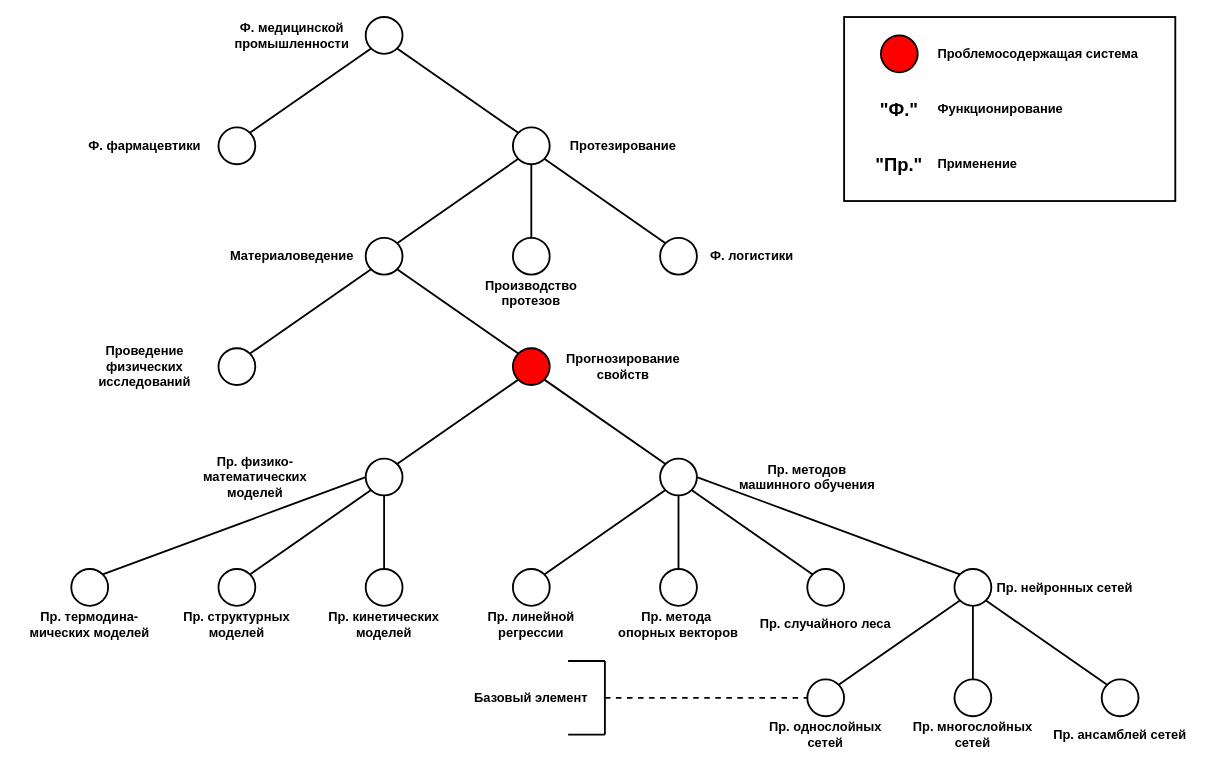
The draw.io diagram page "3: 4 (Структура системы)" (4 of 4) of СА, практические работы/СА, п.р., отчеты/Системный анализ, п.р., схемы.drawio in Cyber-Limon/Systems_analysis___UUST, before the edit. Source tidied: cells renumbered, new cells numbered last; positions are measured from the earlier drawing's top-left corner, leaving out a move shared by most shapes. Both pictures are drawn from the tidied source at 92%, with x=0, y=0 at pixel (16, 17).
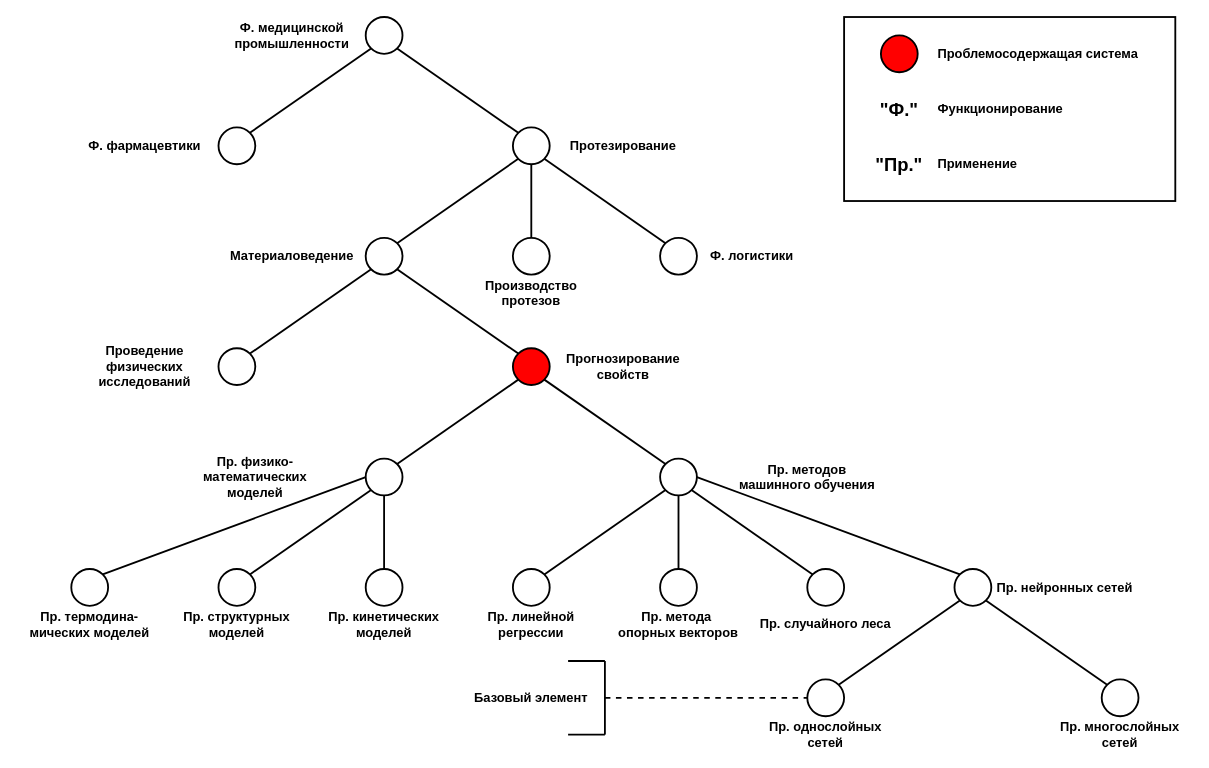
The same diagram, later.

The change refers to these unchanged cells:
```xml
<mxCell id="31" style="ellipse;whiteSpace=wrap;html=1;strokeWidth=2;labelBackgroundColor=none;rounded=0;" parent="1" vertex="1">
  <mxGeometry x="1020" y="600" width="40" height="40" as="geometry" />
</mxCell>
```

Change to the diagram source:
```diff
@@
     <mxCell id="59" value="Пр. многослойных сетей" style="text;html=1;whiteSpace=wrap;strokeColor=none;fillColor=none;align=center;verticalAlign=middle;rounded=0;fontSize=14;fontStyle=1;labelBackgroundColor=none;" parent="1" vertex="1">
-      <mxGeometry x="960" y="760" width="160" height="40" as="geometry" />
+      <mxGeometry x="1120" y="760" width="160" height="40" as="geometry" />
     </mxCell>
@@
-    <mxCell id="65" style="ellipse;whiteSpace=wrap;html=1;strokeWidth=2;labelBackgroundColor=none;rounded=0;" parent="1" vertex="1">
-      <mxGeometry x="1020" y="720" width="40" height="40" as="geometry" />
-    </mxCell>
-    <mxCell id="66" style="endArrow=none;html=1;rounded=0;entryX=0.5;entryY=1;entryDx=0;entryDy=0;strokeWidth=2;labelBackgroundColor=none;fontColor=default;exitX=0.5;exitY=0;exitDx=0;exitDy=0;" parent="1" edge="1" source="65" target="31">
-      <mxGeometry relative="1" as="geometry" />
-    </mxCell>
-    <mxCell id="67" value="Пр. ансамблей сетей" style="text;html=1;whiteSpace=wrap;strokeColor=none;fillColor=none;align=center;verticalAlign=middle;rounded=0;fontSize=14;fontStyle=1;labelBackgroundColor=none;" parent="1" vertex="1">
-      <mxGeometry x="1120" y="760" width="160" height="40" as="geometry" />
-    </mxCell>
```
